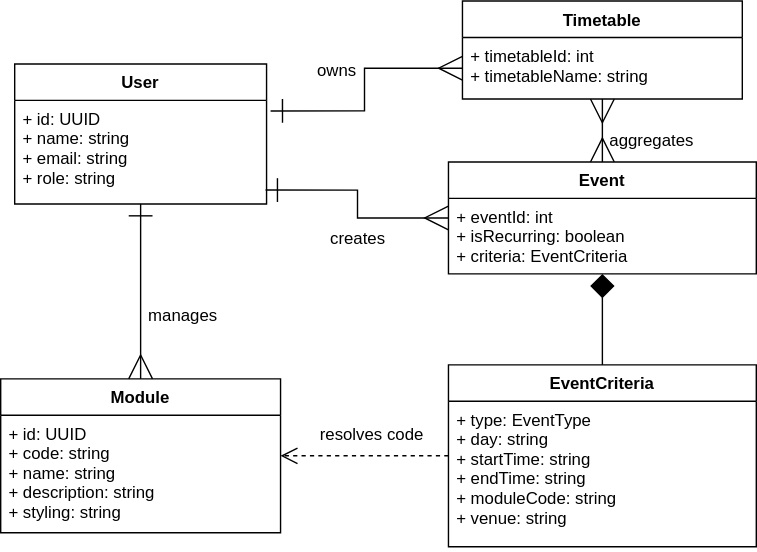
Before: docs/diagrams/domain/Domain.svg, a diagram exported from draw.io (COS301-SE-2026/UMTAS). Source tidied: cells renumbered, new cells last; positions are measured from the earlier drawing's top-left corner, leaving out a move shared by most shapes.
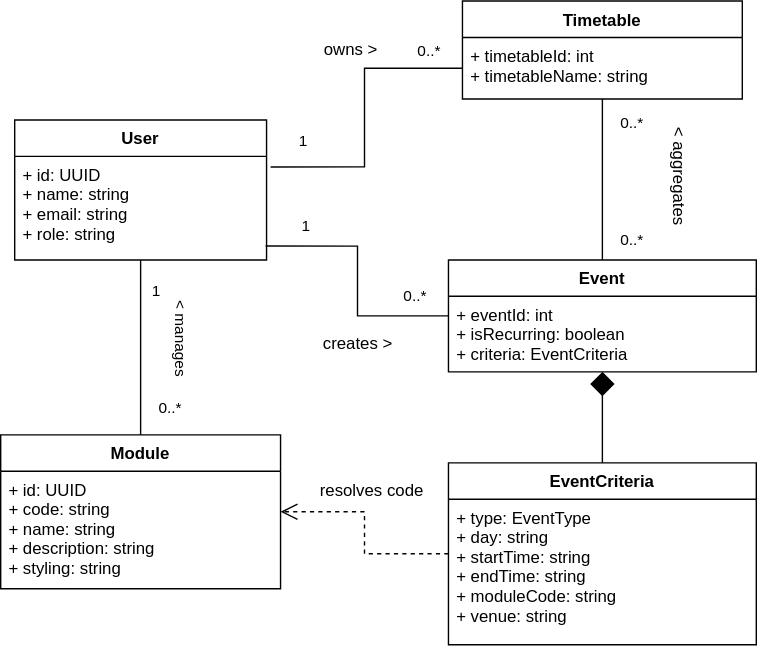
Above is the later version.

Commit message:
fix(docs): fixed use case diagrams

Change to the diagram source:
```diff
@@ -15,49 +15,91 @@
       <mxGeometry y="26" width="200" height="84" as="geometry" />
     </mxCell>
     <mxCell id="6" value="Event" style="swimlane;fontStyle=1;align=center;verticalAlign=top;horizontal=1;startSize=26;" parent="1" vertex="1">
-      <mxGeometry x="320" y="115" width="220" height="80" as="geometry" />
+      <mxGeometry x="320" y="145" width="220" height="80" as="geometry" />
     </mxCell>
     <mxCell id="7" value="+ eventId: int&#10;+ isRecurring: boolean&#10;+ criteria: EventCriteria" style="text;align=left;verticalAlign=top;spacingLeft=4;spacingRight=4;overflow=hidden;" parent="6" vertex="1">
       <mxGeometry y="26" width="220" height="54" as="geometry" />
     </mxCell>
     <mxCell id="8" value="EventCriteria" style="swimlane;fontStyle=1;align=center;verticalAlign=top;horizontal=1;startSize=26;" parent="1" vertex="1">
-      <mxGeometry x="320" y="260" width="220" height="130" as="geometry" />
+      <mxGeometry x="320" y="290" width="220" height="130" as="geometry" />
     </mxCell>
     <mxCell id="9" value="+ type: EventType&#10;+ day: string&#10;+ startTime: string&#10;+ endTime: string&#10;+ moduleCode: string&#10;+ venue: string" style="text;align=left;verticalAlign=top;spacingLeft=4;spacingRight=4;overflow=hidden;" parent="8" vertex="1">
       <mxGeometry y="26" width="220" height="104" as="geometry" />
     </mxCell>
     <mxCell id="10" value="Timetable" style="swimlane;fontStyle=1;align=center;verticalAlign=top;horizontal=1;startSize=26;" parent="1" vertex="1">
-      <mxGeometry x="330" width="200" height="70" as="geometry" />
+      <mxGeometry x="330" y="-40" width="200" height="70" as="geometry" />
     </mxCell>
     <mxCell id="11" value="+ timetableId: int&#10;+ timetableName: string" style="text;align=left;verticalAlign=top;spacingLeft=4;spacingRight=4;overflow=hidden;points=[[0,0.5],[1,0.5]];portConstraint=eastwest;" parent="10" vertex="1">
       <mxGeometry y="26" width="200" height="44" as="geometry" />
     </mxCell>
-    <mxCell id="12" style="edgeStyle=orthogonalEdgeStyle;rounded=0;jettySize=auto;html=1;endArrow=ERmany;startArrow=ERone;endSize=15;startSize=15;" parent="1" edge="1" source="2" target="4">
+    <mxCell id="12" style="edgeStyle=orthogonalEdgeStyle;rounded=0;jettySize=auto;html=1;endArrow=none;startArrow=none;endSize=15;startSize=15;startFill=0;endFill=0;" parent="1" edge="1" source="2" target="4">
       <mxGeometry relative="1" as="geometry" />
     </mxCell>
-    <mxCell id="13" value="manages" style="text;html=1;align=center;verticalAlign=middle;" parent="1" vertex="1">
-      <mxGeometry x="100" y="215" width="60" height="20" as="geometry" />
-    </mxCell>
+    <mxCell id="23" value="1" style="edgeLabel;html=1;align=center;verticalAlign=middle;" parent="12" vertex="1">
+      <mxGeometry x="-0.67" y="-3" relative="1" as="geometry">
+        <mxPoint x="13" as="offset" />
+      </mxGeometry>
+    </mxCell>
+    <mxCell id="24" value="0..*" style="edgeLabel;html=1;align=center;verticalAlign=middle;" parent="12" vertex="1">
+      <mxGeometry x="0.6" y="1" relative="1" as="geometry">
+        <mxPoint x="19" y="5" as="offset" />
+      </mxGeometry>
+    </mxCell>
+    <mxCell id="25" value="&amp;lt; manages" style="edgeLabel;html=1;align=center;verticalAlign=middle;rotation=90;" parent="12" vertex="1">
+      <mxGeometry x="-0.02" relative="1" as="geometry">
+        <mxPoint x="30" y="-6" as="offset" />
+      </mxGeometry>
+    </mxCell>
-    <mxCell id="14" style="edgeStyle=orthogonalEdgeStyle;rounded=0;jettySize=auto;html=1;endArrow=ERmany;startArrow=ERone;endSize=15;startSize=15;exitX=0.996;exitY=0.866;exitDx=0;exitDy=0;exitPerimeter=0;" parent="1" edge="1" source="3" target="6">
+    <mxCell id="14" style="edgeStyle=orthogonalEdgeStyle;rounded=0;jettySize=auto;html=1;endArrow=none;startArrow=none;endSize=15;startSize=15;exitX=0.996;exitY=0.866;exitDx=0;exitDy=0;exitPerimeter=0;endFill=0;startFill=0;" parent="1" edge="1" source="3" target="6">
       <mxGeometry relative="1" as="geometry" />
     </mxCell>
+    <mxCell id="26" value="1" style="edgeLabel;html=1;align=center;verticalAlign=middle;" parent="14" vertex="1">
+      <mxGeometry x="-0.54" y="-2" relative="1" as="geometry">
+        <mxPoint x="-14" y="-17" as="offset" />
+      </mxGeometry>
+    </mxCell>
+    <mxCell id="27" value="0..*" style="edgeLabel;html=1;align=center;verticalAlign=middle;" parent="14" vertex="1">
+      <mxGeometry x="0.69" relative="1" as="geometry">
+        <mxPoint x="3" y="-15" as="offset" />
+      </mxGeometry>
+    </mxCell>
-    <mxCell id="15" value="creates" style="text;html=1;align=center;verticalAlign=middle;" parent="1" vertex="1">
-      <mxGeometry x="230" y="160" width="50" height="20" as="geometry" />
+    <mxCell id="15" value="creates &amp;gt;" style="text;html=1;align=center;verticalAlign=middle;" parent="1" vertex="1">
+      <mxGeometry x="220" y="190" width="70" height="30" as="geometry" />
     </mxCell>
-    <mxCell id="16" style="edgeStyle=orthogonalEdgeStyle;rounded=0;jettySize=auto;html=1;endArrow=ERmany;startArrow=ERone;endSize=15;startSize=15;exitX=1.016;exitY=0.102;exitDx=0;exitDy=0;exitPerimeter=0;entryX=0;entryY=0.5;entryDx=0;entryDy=0;" parent="1" edge="1" source="3" target="11">
+    <mxCell id="16" style="edgeStyle=orthogonalEdgeStyle;rounded=0;jettySize=auto;html=1;endArrow=none;startArrow=none;endSize=15;startSize=15;exitX=1.016;exitY=0.102;exitDx=0;exitDy=0;exitPerimeter=0;entryX=0;entryY=0.5;entryDx=0;entryDy=0;startFill=0;endFill=0;" parent="1" edge="1" source="3" target="11">
       <mxGeometry relative="1" as="geometry" />
     </mxCell>
+    <mxCell id="28" value="0..*" style="edgeLabel;html=1;align=center;verticalAlign=middle;" parent="16" vertex="1">
+      <mxGeometry x="0.76" y="1" relative="1" as="geometry">
+        <mxPoint y="-12" as="offset" />
+      </mxGeometry>
+    </mxCell>
+    <mxCell id="29" value="1" style="edgeLabel;html=1;align=center;verticalAlign=middle;" parent="16" vertex="1">
+      <mxGeometry x="-0.77" relative="1" as="geometry">
+        <mxPoint y="-19" as="offset" />
+      </mxGeometry>
+    </mxCell>
-    <mxCell id="17" value="owns" style="text;html=1;align=center;verticalAlign=middle;" parent="1" vertex="1">
-      <mxGeometry x="220" y="40" width="40" height="20" as="geometry" />
+    <mxCell id="17" value="owns &amp;gt;" style="text;html=1;align=center;verticalAlign=middle;" parent="1" vertex="1">
+      <mxGeometry x="220" y="-20" width="60" height="30" as="geometry" />
     </mxCell>
     <mxCell id="18" style="edgeStyle=orthogonalEdgeStyle;rounded=0;jettySize=auto;html=1;endArrow=none;startArrow=diamond;endSize=12;startSize=15;startFill=1;" parent="1" edge="1" source="6" target="8">
       <mxGeometry relative="1" as="geometry" />
     </mxCell>
-    <mxCell id="19" style="edgeStyle=orthogonalEdgeStyle;rounded=0;jettySize=auto;html=1;endArrow=ERmany;startArrow=ERmany;endSize=15;startSize=15;" parent="1" edge="1" source="10" target="6">
+    <mxCell id="19" style="edgeStyle=orthogonalEdgeStyle;rounded=0;jettySize=auto;html=1;endArrow=none;startArrow=none;endSize=15;startSize=15;startFill=0;endFill=0;" parent="1" edge="1" source="10" target="6">
       <mxGeometry relative="1" as="geometry" />
     </mxCell>
+    <mxCell id="30" value="0..*" style="edgeLabel;html=1;align=center;verticalAlign=middle;" parent="19" vertex="1">
+      <mxGeometry x="-0.79" relative="1" as="geometry">
+        <mxPoint x="20" y="4" as="offset" />
+      </mxGeometry>
+    </mxCell>
+    <mxCell id="31" value="0..*" style="edgeLabel;html=1;align=center;verticalAlign=middle;" parent="19" vertex="1">
+      <mxGeometry x="0.47" relative="1" as="geometry">
+        <mxPoint x="20" y="16" as="offset" />
+      </mxGeometry>
+    </mxCell>
-    <mxCell id="20" value="aggregates" style="text;html=1;align=center;verticalAlign=middle;" parent="1" vertex="1">
-      <mxGeometry x="430" y="90" width="70" height="20" as="geometry" />
+    <mxCell id="20" value="&amp;lt; aggregates" style="text;html=1;align=center;verticalAlign=middle;rotation=90;" parent="1" vertex="1">
+      <mxGeometry x="440" y="70" width="90" height="30" as="geometry" />
     </mxCell>
     <mxCell id="21" style="edgeStyle=orthogonalEdgeStyle;rounded=0;jettySize=auto;html=1;endArrow=open;endSize=10;dashed=1;" parent="1" edge="1" source="8" target="4">
       <mxGeometry relative="1" as="geometry" />
```
